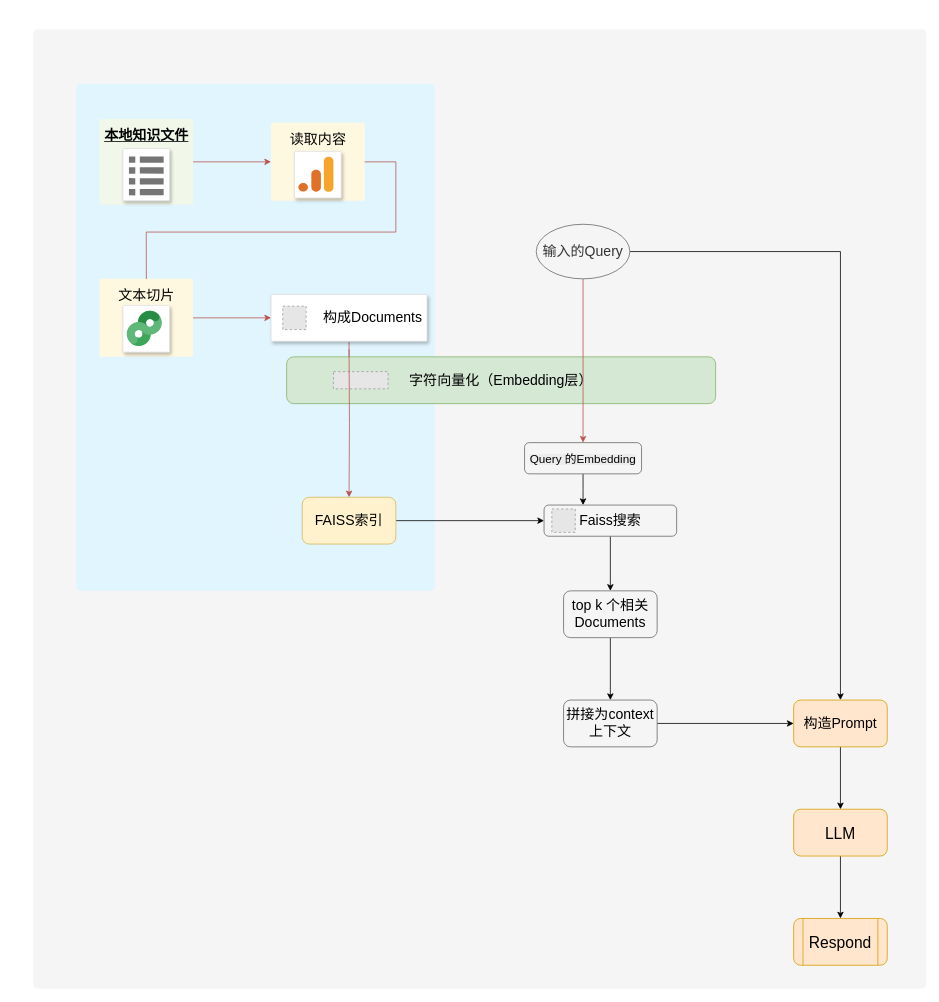
This is 未命名绘图.drawio from taiwensaf/alisa-examples, a draw.io file, before an edit. Source tidied: cells renumbered, new cells numbered last; positions are measured from the earlier drawing's top-left corner, leaving out a move shared by most shapes. Both pictures are drawn from the tidied source at 78%, with x=0, y=0 at pixel (33, 29). Pictures stored in the file or linked from it are replaced by grey dashed boxes.
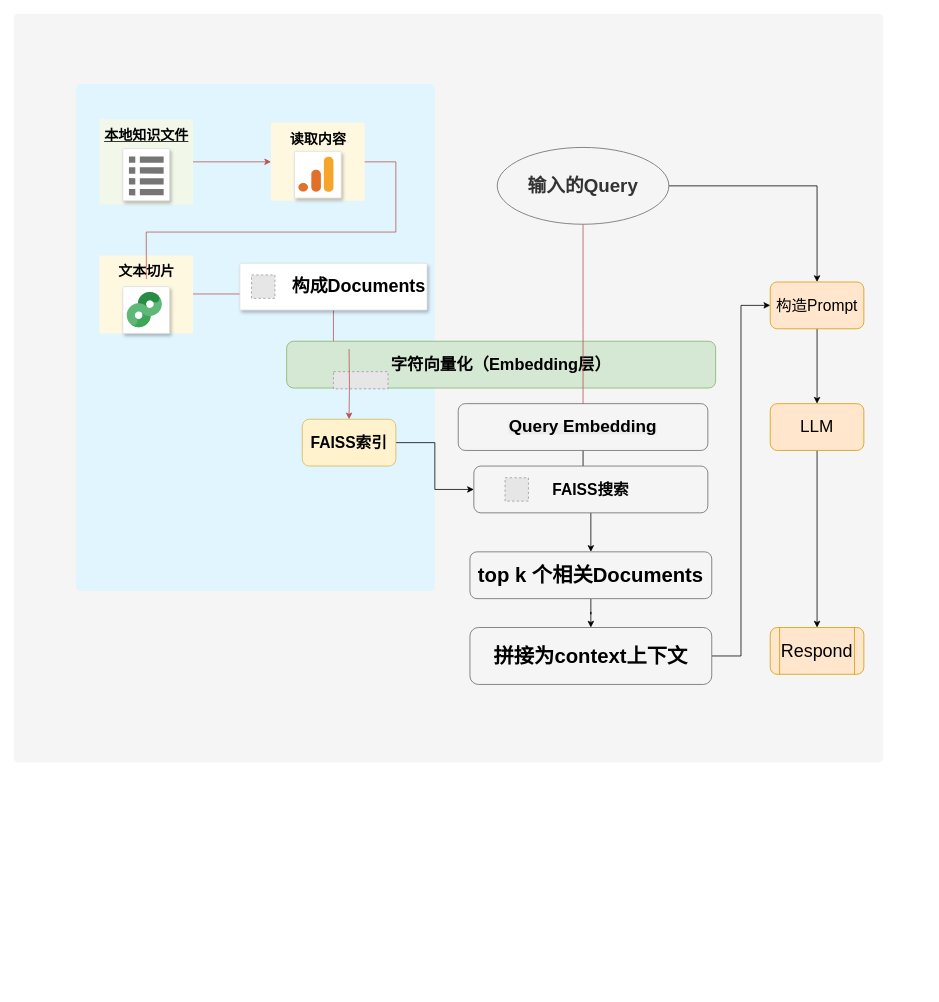
The same page after the edit.

What changed in the source:
```diff
@@
     <mxCell id="2" style="rounded=1;absoluteArcSize=1;arcSize=12;html=1;strokeColor=#666666;shadow=0;dashed=0;strokeColor=none;fontSize=12;fontColor=#333333;align=left;verticalAlign=top;spacing=10;spacingTop=-4;fillColor=#f5f5f5;" parent="1" vertex="1">
-      <mxGeometry width="1145" height="1230" as="geometry" />
+      <mxGeometry x="-25" y="-20" width="1115" height="960" as="geometry" />
     </mxCell>
@@
-    <mxCell id="4" value="&lt;font style=&quot;font-size: 18px; color: rgb(0, 0, 0);&quot;&gt;文本切片&lt;/font&gt;" style="rounded=1;absoluteArcSize=1;arcSize=2;html=1;strokeColor=none;gradientColor=none;shadow=0;dashed=0;strokeColor=none;fontSize=12;fontColor=#9E9E9E;align=center;verticalAlign=top;spacing=10;spacingTop=-4;fillColor=#FFF8E1;" parent="1" vertex="1">
-      <mxGeometry x="85" y="320" width="120" height="100" as="geometry" />
+    <mxCell id="4" value="&lt;font style=&quot;font-size: 18px; color: rgb(0, 0, 0);&quot;&gt;&lt;b&gt;文本切片&lt;/b&gt;&lt;/font&gt;" style="rounded=1;absoluteArcSize=1;arcSize=2;html=1;strokeColor=none;gradientColor=none;shadow=0;dashed=0;strokeColor=none;fontSize=12;fontColor=#9E9E9E;align=center;verticalAlign=top;spacing=10;spacingTop=-4;fillColor=#FFF8E1;" parent="1" vertex="1">
+      <mxGeometry x="85" y="290" width="120" height="100" as="geometry" />
     </mxCell>
-    <mxCell id="5" value="&lt;font style=&quot;font-size: 18px; color: rgb(0, 0, 0);&quot;&gt;读取内容&lt;/font&gt;" style="rounded=1;absoluteArcSize=1;arcSize=2;html=1;strokeColor=none;gradientColor=none;shadow=0;dashed=0;strokeColor=none;fontSize=12;fontColor=#9E9E9E;align=center;verticalAlign=top;spacing=10;spacingTop=-4;fillColor=#FFF8E1;" parent="1" vertex="1">
+    <mxCell id="5" value="&lt;font style=&quot;font-size: 18px; color: rgb(0, 0, 0);&quot;&gt;&lt;b&gt;读取内容&lt;/b&gt;&lt;/font&gt;" style="rounded=1;absoluteArcSize=1;arcSize=2;html=1;strokeColor=none;gradientColor=none;shadow=0;dashed=0;strokeColor=none;fontSize=12;fontColor=#9E9E9E;align=center;verticalAlign=top;spacing=10;spacingTop=-4;fillColor=#FFF8E1;" parent="1" vertex="1">
       <mxGeometry x="305" y="120" width="120" height="100" as="geometry" />
     </mxCell>
-    <mxCell id="6" value="&lt;font face=&quot;Lucida Console&quot; style=&quot;font-size: 18px; color: rgb(0, 0, 0);&quot;&gt;&lt;b style=&quot;&quot;&gt;&lt;u&gt;本地知识文件&lt;/u&gt;&lt;/b&gt;&lt;/font&gt;" style="rounded=1;absoluteArcSize=1;arcSize=2;html=1;strokeColor=none;gradientColor=none;shadow=0;dashed=0;strokeColor=none;fontSize=12;fontColor=#9E9E9E;align=center;verticalAlign=top;spacing=10;spacingTop=-4;fillColor=#F1F8E9;" parent="1" vertex="1">
+    <mxCell id="6" value="&lt;font face=&quot;Lucida Console&quot; style=&quot;font-size: 18px; color: rgb(0, 0, 0);&quot;&gt;&lt;u style=&quot;&quot;&gt;&lt;b&gt;本地知识文件&lt;/b&gt;&lt;/u&gt;&lt;/font&gt;" style="rounded=1;absoluteArcSize=1;arcSize=2;html=1;strokeColor=none;gradientColor=none;shadow=0;dashed=0;strokeColor=none;fontSize=12;fontColor=#9E9E9E;align=center;verticalAlign=top;spacing=10;spacingTop=-4;fillColor=#F1F8E9;" parent="1" vertex="1">
       <mxGeometry x="85" y="115" width="120" height="110" as="geometry" />
     </mxCell>
     <mxCell id="7" style="strokeColor=#dddddd;fillColor=#ffffff;shadow=1;strokeWidth=1;rounded=1;absoluteArcSize=1;arcSize=2;fontSize=10;fontColor=#9E9E9E;align=center;html=1;" parent="1" vertex="1">
-      <mxGeometry x="115" y="354" width="60" height="60" as="geometry" />
+      <mxGeometry x="115" y="330" width="60" height="60" as="geometry" />
     </mxCell>
@@
     <mxCell id="15" style="endArrow=classic;html=1;rounded=0;fillColor=#f8cecc;strokeColor=#b85450;" parent="1" edge="1">
       <mxGeometry relative="1" as="geometry">
-        <mxPoint x="205" y="370" as="sourcePoint" />
-        <mxPoint x="305" y="370" as="targetPoint" />
+        <mxPoint x="205" y="339.4" as="sourcePoint" />
+        <mxPoint x="305" y="339.4" as="targetPoint" />
         <Array as="points">
-          <mxPoint x="305" y="370" />
+          <mxPoint x="305" y="339.4" />
         </Array>
       </mxGeometry>
     </mxCell>
@@
     <mxCell id="17" style="strokeColor=#dddddd;shadow=1;strokeWidth=1;rounded=1;absoluteArcSize=1;arcSize=2;" parent="1" vertex="1">
-      <mxGeometry x="305" y="340" width="200" height="60" as="geometry" />
+      <mxGeometry x="265" y="300" width="240" height="60" as="geometry" />
     </mxCell>
-    <mxCell id="18" value="&lt;font style=&quot;font-size: 18px; color: rgb(0, 0, 0);&quot;&gt;构成Documents&lt;/font&gt;" style="fillColor=#E6E6E6;strokeColor=#999999;dashed=1;html=1;fontColor=#999999;verticalLabelPosition=middle;verticalAlign=middle;labelPosition=right;align=left;spacingLeft=20;" parent="17" vertex="1">
+    <mxCell id="18" value="&lt;font style=&quot;color: rgb(0, 0, 0); font-size: 23px;&quot;&gt;&lt;b style=&quot;&quot;&gt;构成Documents&lt;/b&gt;&lt;/font&gt;" style="fillColor=#E6E6E6;strokeColor=#999999;dashed=1;html=1;fontColor=#999999;verticalLabelPosition=middle;verticalAlign=middle;labelPosition=right;align=left;spacingLeft=20;" parent="17" vertex="1">
       <mxGeometry width="30" height="30" relative="1" as="geometry">
         <mxPoint x="15" y="15" as="offset" />
       </mxGeometry>
     </mxCell>
-    <mxCell id="19" value="&lt;font style=&quot;font-size: 18px; color: rgb(0, 0, 0);&quot;&gt;字符向量化（Embedding层）&lt;/font&gt;" style="rounded=1;whiteSpace=wrap;html=1;fillColor=#d5e8d4;strokeColor=#82b366;" parent="1" vertex="1">
-      <mxGeometry x="325" y="420" width="550" height="60" as="geometry" />
+    <mxCell id="19" value="&lt;font style=&quot;color: rgb(0, 0, 0); font-size: 21px;&quot;&gt;&lt;b style=&quot;&quot;&gt;字符向量化（Embedding层）&lt;/b&gt;&lt;/font&gt;" style="rounded=1;whiteSpace=wrap;html=1;fillColor=#d5e8d4;strokeColor=#82b366;" parent="1" vertex="1">
+      <mxGeometry x="325" y="400" width="550" height="60" as="geometry" />
     </mxCell>
@@
-    <mxCell id="23" value="&lt;font style=&quot;font-size: 18px;&quot;&gt;FAISS索引&lt;/font&gt;" style="rounded=1;whiteSpace=wrap;html=1;fillColor=#fff2cc;strokeColor=#d6b656;" parent="1" vertex="1">
-      <mxGeometry x="345" y="600" width="120" height="60" as="geometry" />
+    <mxCell id="23" value="&lt;font style=&quot;font-size: 20px;&quot;&gt;&lt;b&gt;FAISS索引&lt;/b&gt;&lt;/font&gt;" style="rounded=1;whiteSpace=wrap;html=1;fillColor=#fff2cc;strokeColor=#d6b656;" parent="1" vertex="1">
+      <mxGeometry x="345" y="500" width="120" height="60" as="geometry" />
     </mxCell>
@@
-    <mxCell id="26" value="&lt;font style=&quot;font-size: 18px;&quot;&gt;输入的Query&lt;/font&gt;" style="ellipse;whiteSpace=wrap;html=1;fillColor=#f5f5f5;fontColor=#333333;strokeColor=#666666;" parent="1" vertex="1">
-      <mxGeometry x="645" y="250" width="120" height="70" as="geometry" />
+    <mxCell id="26" value="&lt;font style=&quot;font-size: 24px;&quot;&gt;&lt;b&gt;输入的Query&lt;/b&gt;&lt;/font&gt;" style="ellipse;whiteSpace=wrap;html=1;fillColor=#f5f5f5;fontColor=#333333;strokeColor=#666666;" parent="1" vertex="1">
+      <mxGeometry x="595" y="151.5" width="220" height="98.5" as="geometry" />
     </mxCell>
@@
-    <mxCell id="28" value="&lt;span style=&quot;font-family: Helvetica; font-style: normal; font-variant-ligatures: normal; font-variant-caps: normal; font-weight: 400; letter-spacing: normal; orphans: 2; text-indent: 0px; text-transform: none; widows: 2; word-spacing: 0px; -webkit-text-stroke-width: 0px; white-space: normal; background-color: rgb(236, 236, 236); text-decoration-thickness: initial; text-decoration-style: initial; text-decoration-color: initial; float: none; display: inline !important;&quot;&gt;&lt;font style=&quot;font-size: 15px; color: rgb(0, 0, 0);&quot;&gt;Query 的Embedding&lt;/font&gt;&lt;/span&gt;" style="rounded=1;whiteSpace=wrap;html=1;align=center;fillColor=#f5f5f5;fontColor=#333333;strokeColor=#666666;" parent="1" vertex="1">
-      <mxGeometry x="630" y="530" width="150" height="40" as="geometry" />
+    <mxCell id="28" value="&lt;span style=&quot;font-family: Helvetica; font-style: normal; font-variant-ligatures: normal; font-variant-caps: normal; letter-spacing: normal; orphans: 2; text-indent: 0px; text-transform: none; widows: 2; word-spacing: 0px; -webkit-text-stroke-width: 0px; white-space: normal; background-color: rgb(236, 236, 236); text-decoration-thickness: initial; text-decoration-style: initial; text-decoration-color: initial; float: none; display: inline !important;&quot;&gt;&lt;font style=&quot;color: rgb(0, 0, 0); font-size: 22px;&quot;&gt;&lt;b style=&quot;&quot;&gt;Query Embedding&lt;/b&gt;&lt;/font&gt;&lt;/span&gt;" style="rounded=1;whiteSpace=wrap;html=1;align=center;fillColor=#f5f5f5;fontColor=#333333;strokeColor=#666666;" parent="1" vertex="1">
+      <mxGeometry x="545" y="480" width="320" height="60" as="geometry" />
     </mxCell>
@@
-    <mxCell id="30" value="&lt;font style=&quot;font-size: 18px; color: rgb(0, 0, 0);&quot;&gt;Faiss搜索&lt;/font&gt;" style="rounded=1;whiteSpace=wrap;html=1;fillColor=#f5f5f5;fontColor=#333333;strokeColor=#666666;" parent="1" vertex="1">
-      <mxGeometry x="655" y="610" width="170" height="40" as="geometry" />
+    <mxCell id="30" value="&lt;b style=&quot;color: rgb(0, 0, 0); font-size: 20px;&quot;&gt;FAISS搜索&lt;/b&gt;" style="rounded=1;whiteSpace=wrap;html=1;fillColor=#f5f5f5;fontColor=#333333;strokeColor=#666666;" parent="1" vertex="1">
+      <mxGeometry x="565" y="560" width="300" height="60" as="geometry" />
     </mxCell>
@@
-    <mxCell id="32" value="&lt;font style=&quot;font-size: 18px; color: rgb(0, 0, 0);&quot;&gt;构造Prompt&lt;/font&gt;" style="rounded=1;whiteSpace=wrap;html=1;fillColor=#ffe6cc;strokeColor=#d79b00;" parent="1" vertex="1">
-      <mxGeometry x="975" y="860" width="120" height="60" as="geometry" />
+    <mxCell id="32" value="&lt;font style=&quot;color: rgb(0, 0, 0); font-size: 20px;&quot;&gt;构造Prompt&lt;/font&gt;" style="rounded=1;whiteSpace=wrap;html=1;fillColor=#ffe6cc;strokeColor=#d79b00;" parent="1" vertex="1">
+      <mxGeometry x="945" y="324" width="120" height="60" as="geometry" />
     </mxCell>
@@
-    <mxCell id="34" value="&lt;font style=&quot;font-size: 18px; color: rgb(0, 0, 0);&quot;&gt;top k 个相关Documents&lt;/font&gt;" style="whiteSpace=wrap;html=1;fillColor=#f5f5f5;strokeColor=#666666;fontColor=#333333;rounded=1;" parent="1" vertex="1">
-      <mxGeometry x="680" y="720" width="120" height="60" as="geometry" />
+    <mxCell id="34" value="&lt;font style=&quot;color: rgb(0, 0, 0); font-size: 26px;&quot;&gt;&lt;b style=&quot;&quot;&gt;top k 个相关Documents&lt;/b&gt;&lt;/font&gt;" style="whiteSpace=wrap;html=1;fillColor=#f5f5f5;strokeColor=#666666;fontColor=#333333;rounded=1;" parent="1" vertex="1">
+      <mxGeometry x="560" y="670" width="310" height="60" as="geometry" />
     </mxCell>
@@
-    <mxCell id="36" value="&lt;font style=&quot;font-size: 18px; color: rgb(0, 0, 0);&quot;&gt;拼接为context上下文&lt;/font&gt;" style="whiteSpace=wrap;html=1;fillColor=#f5f5f5;strokeColor=#666666;fontColor=#333333;rounded=1;" parent="1" vertex="1">
-      <mxGeometry x="680" y="860" width="120" height="60" as="geometry" />
+    <mxCell id="36" value="&lt;font style=&quot;color: rgb(0, 0, 0); font-size: 26px;&quot;&gt;&lt;b style=&quot;&quot;&gt;拼接为context上下文&lt;/b&gt;&lt;/font&gt;" style="whiteSpace=wrap;html=1;fillColor=#f5f5f5;strokeColor=#666666;fontColor=#333333;rounded=1;" parent="1" vertex="1">
+      <mxGeometry x="560" y="767" width="310" height="73" as="geometry" />
     </mxCell>
@@
-    <mxCell id="38" value="&lt;font style=&quot;font-size: 20px;&quot;&gt;LLM&lt;/font&gt;" style="rounded=1;whiteSpace=wrap;html=1;fillColor=#ffe6cc;strokeColor=#d79b00;" parent="1" vertex="1">
-      <mxGeometry x="975" y="1000" width="120" height="60" as="geometry" />
+    <mxCell id="38" value="&lt;font style=&quot;font-size: 22px;&quot;&gt;LLM&lt;/font&gt;" style="rounded=1;whiteSpace=wrap;html=1;fillColor=#ffe6cc;strokeColor=#d79b00;" parent="1" vertex="1">
+      <mxGeometry x="945" y="480" width="120" height="60" as="geometry" />
     </mxCell>
     <mxCell id="39" style="fillColor=#E6E6E6;strokeColor=#999999;dashed=1;html=1;fontColor=#999999;verticalLabelPosition=middle;verticalAlign=middle;labelPosition=right;align=left;spacingLeft=20;" parent="1" vertex="1">
-      <mxGeometry x="665" y="615" width="30" height="30" as="geometry" />
+      <mxGeometry x="605" y="575" width="30" height="30" as="geometry" />
     </mxCell>
-    <mxCell id="40" value="&lt;font style=&quot;font-size: 20px;&quot;&gt;Respond&lt;/font&gt;" style="shape=process;whiteSpace=wrap;html=1;backgroundOutline=1;fillColor=#ffe6cc;strokeColor=#d79b00;rounded=1;" parent="1" vertex="1">
-      <mxGeometry x="975" y="1140" width="120" height="60" as="geometry" />
+    <mxCell id="40" value="&lt;font style=&quot;font-size: 23px;&quot;&gt;Respond&lt;/font&gt;" style="shape=process;whiteSpace=wrap;html=1;backgroundOutline=1;fillColor=#ffe6cc;strokeColor=#d79b00;rounded=1;" parent="1" vertex="1">
+      <mxGeometry x="945" y="767" width="120" height="60" as="geometry" />
     </mxCell>
+    <mxCell id="41" style="edgeStyle=orthogonalEdgeStyle;rounded=0;orthogonalLoop=1;jettySize=auto;html=1;exitX=0.5;exitY=1;exitDx=0;exitDy=0;" parent="1" edge="1" source="2" target="2">
+      <mxGeometry relative="1" as="geometry" />
+    </mxCell>
```
